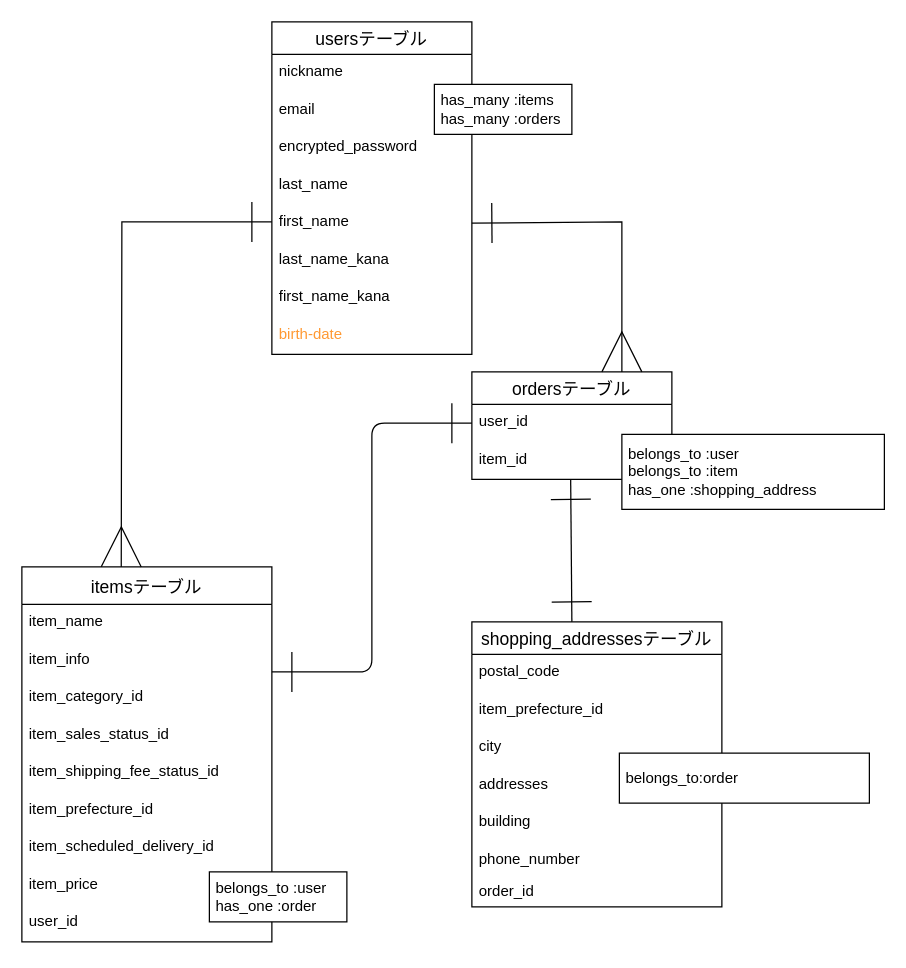
Earlier version of the draw.io diagram furima.dio (aki3100/furima-39009). Source tidied: cells renumbered, new cells numbered last; positions are measured from the earlier drawing's top-left corner, leaving out a move shared by most shapes. Both pictures are drawn from the tidied source at 125%, with x=0, y=0 at pixel (21, 21).
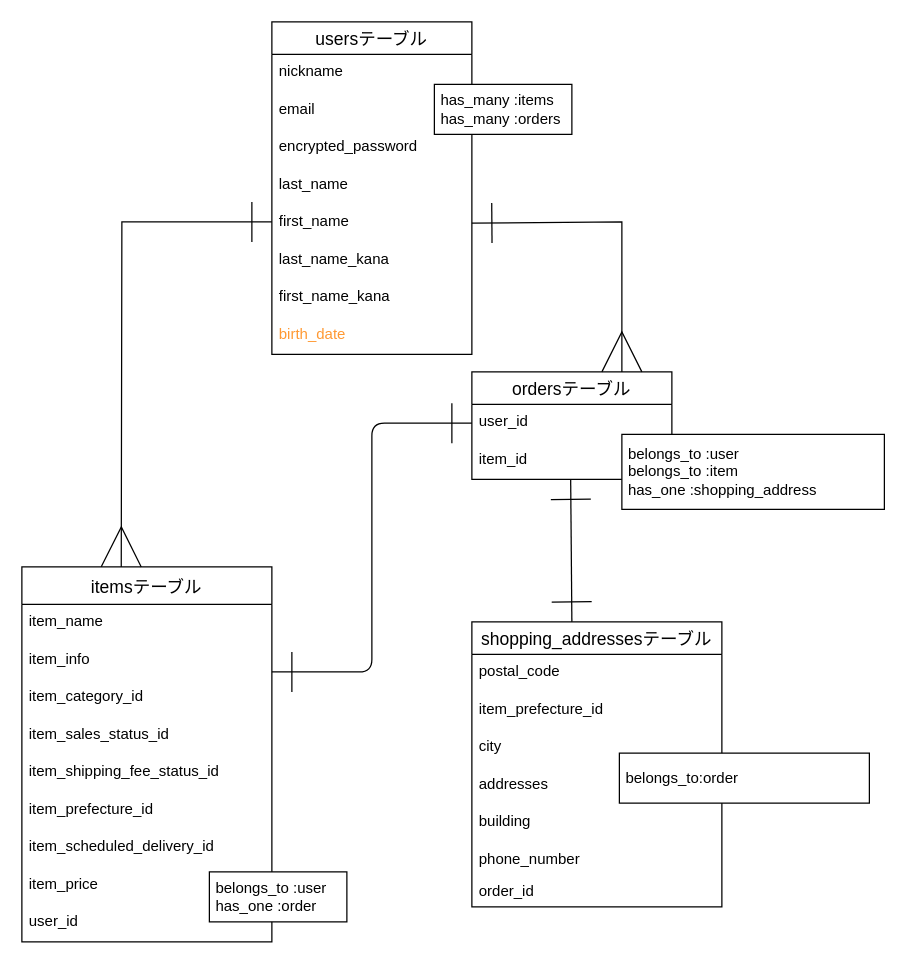
The same page after the edit.

The change refers to these unchanged cells:
```xml
<mxCell id="12" value="usersテーブル" style="swimlane;fontStyle=0;horizontal=1;startSize=26;align=center;fontSize=14;" parent="1" vertex="1">
  <mxGeometry x="200" width="160" height="266" as="geometry" />
</mxCell>
```

What changed in the source:
```diff
@@
-    <mxCell id="20" value="birth-date" style="text;strokeColor=none;fillColor=none;spacingLeft=4;spacingRight=4;overflow=hidden;fontSize=12;fontColor=#FF9933;" parent="12" vertex="1">
+    <mxCell id="20" value="birth_date" style="text;strokeColor=none;fillColor=none;spacingLeft=4;spacingRight=4;overflow=hidden;fontSize=12;fontColor=#FF9933;" parent="12" vertex="1">
       <mxGeometry y="236" width="160" height="30" as="geometry" />
     </mxCell>
```
